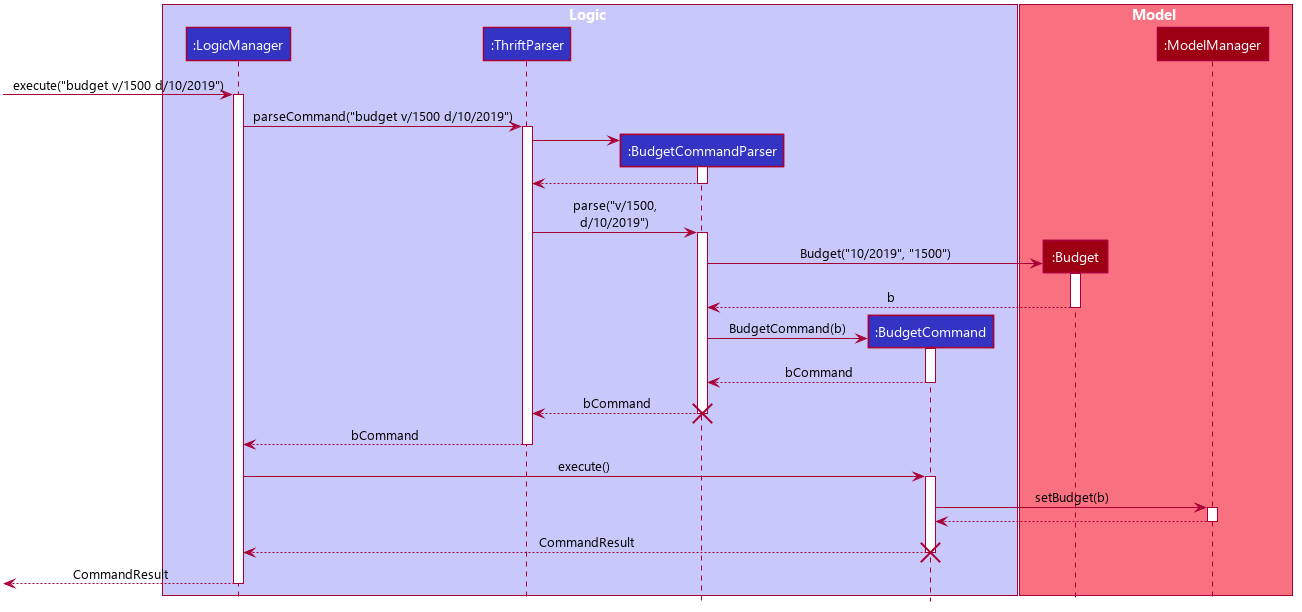
Earlier version of the PlantUML export docs/images/add-budget/BudgetSequenceDiagram.png (nus-cs2103-AY1920S1/addressbook-level3).
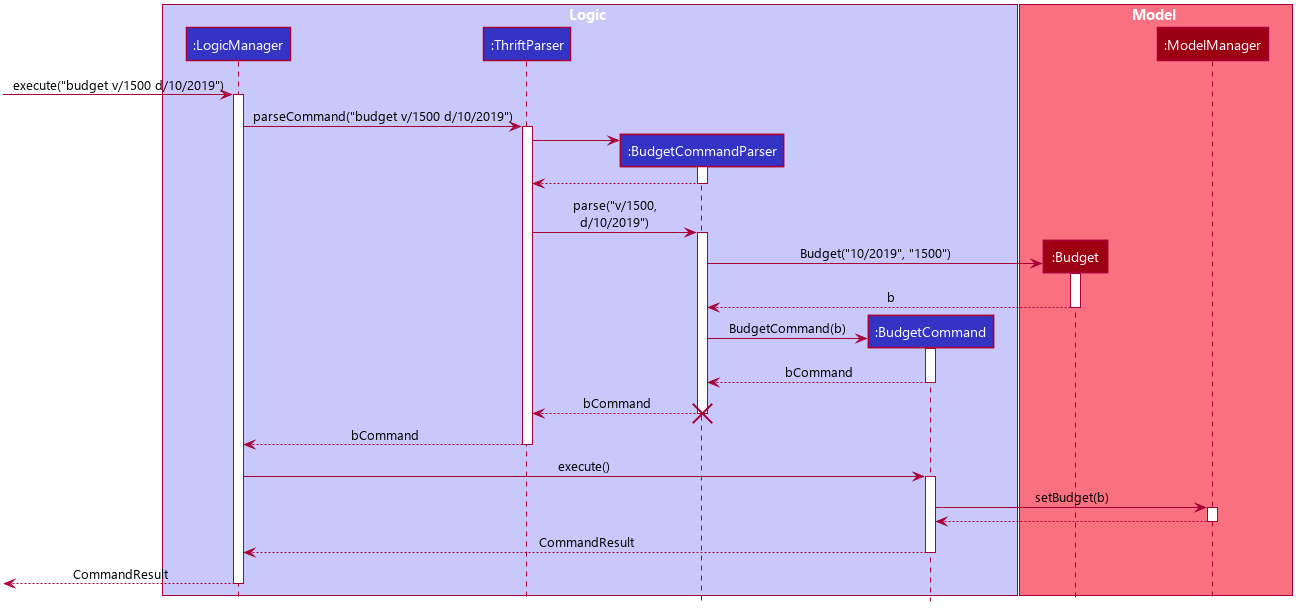
After the commit.

Diff of the diagram source:
```diff
@@ -105,7 +105,6 @@
 
 LogicManager <-- BudgetCommand : CommandResult
 deactivate BudgetCommand
-destroy BudgetCommand
 
 [<-- LogicManager : CommandResult
 deactivate LogicManager
```
